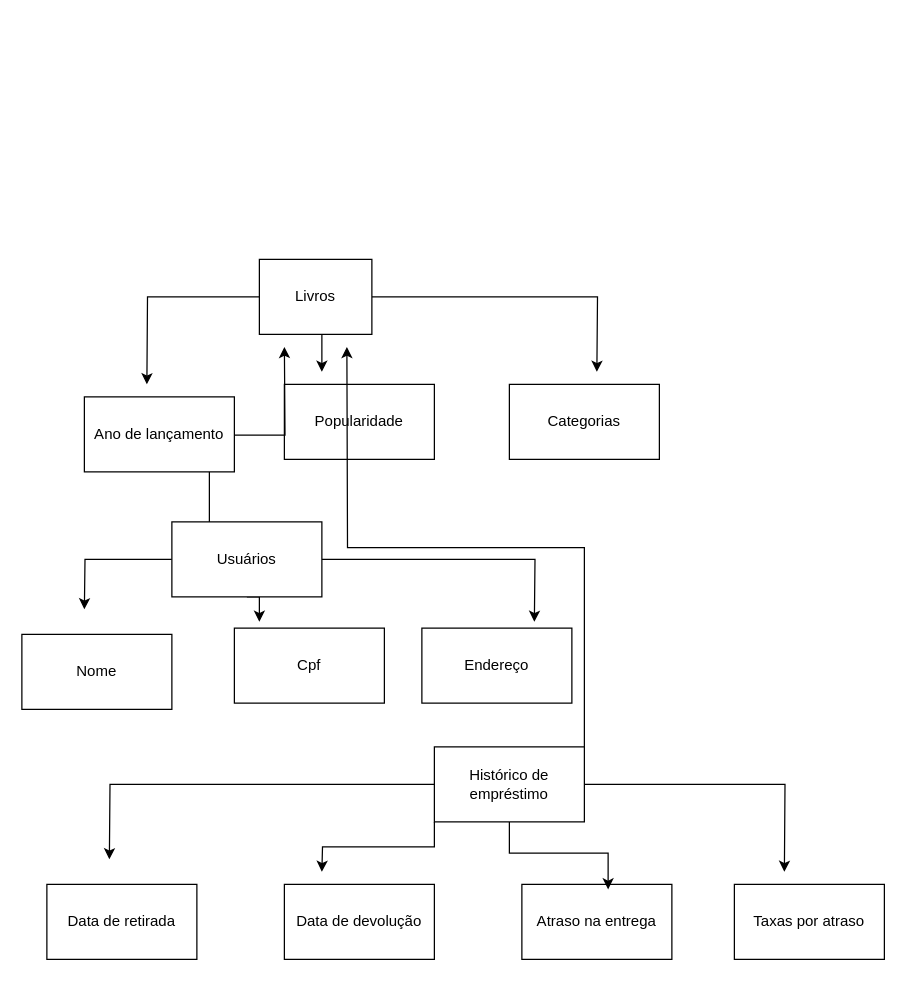
CaioPita/Banco-de-Dados keeps this draw.io diagram as Diagrama sem nome.drawio. Above is the earlier version. Source tidied: cells renumbered, new cells numbered last; positions are measured from the earlier drawing's top-left corner, leaving out a move shared by most shapes. Both pictures are drawn from the tidied source at 125%, with x=0, y=0 at pixel (21, 259).
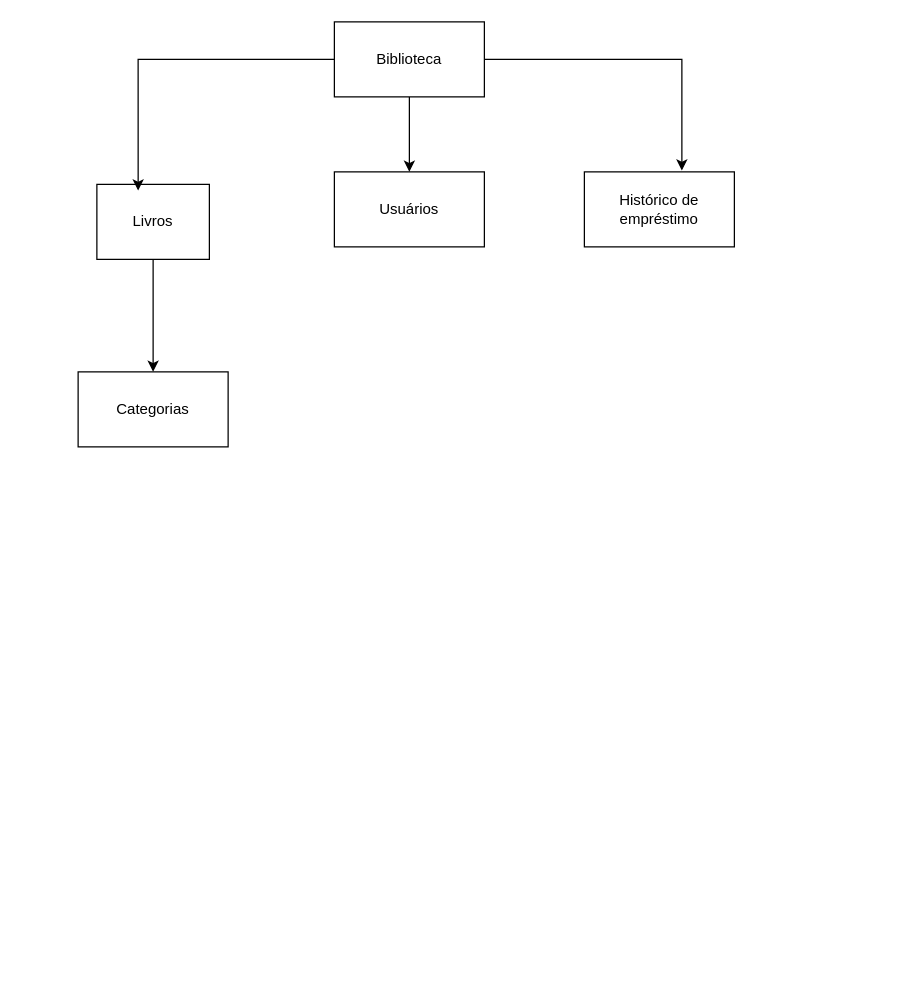
The same page after the edit.

The edit, as a diff of the source:
```diff
@@
     <mxCell id="2" value="Categorias" style="rounded=0;whiteSpace=wrap;html=1;" parent="1" vertex="1">
-      <mxGeometry x="390" y="100" width="120" height="60" as="geometry" />
+      <mxGeometry x="45" y="90" width="120" height="60" as="geometry" />
     </mxCell>
-    <mxCell id="3" style="edgeStyle=orthogonalEdgeStyle;rounded=0;jettySize=auto;html=1;" parent="1" edge="1" source="6">
-      <mxGeometry relative="1" as="geometry">
-        <mxPoint x="460" y="90" as="targetPoint" />
-      </mxGeometry>
-    </mxCell>
-    <mxCell id="4" style="edgeStyle=orthogonalEdgeStyle;rounded=0;jettySize=auto;html=1;exitX=0;exitY=0.5;exitDx=0;exitDy=0;" parent="1" edge="1" source="6">
-      <mxGeometry relative="1" as="geometry">
-        <mxPoint x="100" y="100" as="targetPoint" />
-      </mxGeometry>
-    </mxCell>
-    <mxCell id="5" style="edgeStyle=orthogonalEdgeStyle;rounded=0;jettySize=auto;html=1;exitX=0.5;exitY=1;exitDx=0;exitDy=0;" parent="1" edge="1" source="6">
-      <mxGeometry relative="1" as="geometry">
-        <mxPoint x="240" y="90" as="targetPoint" />
-      </mxGeometry>
-    </mxCell>
+    <mxCell id="27" style="edgeStyle=orthogonalEdgeStyle;rounded=0;jettySize=auto;html=1;exitX=0.5;exitY=1;exitDx=0;exitDy=0;entryX=0.5;entryY=0;entryDx=0;entryDy=0;" parent="1" edge="1" source="6" target="2">
+      <mxGeometry relative="1" as="geometry" />
+    </mxCell>
     <mxCell id="6" value="Livros" style="rounded=0;whiteSpace=wrap;html=1;" parent="1" vertex="1">
-      <mxGeometry x="190" width="90" height="60" as="geometry" />
+      <mxGeometry x="60" y="-60" width="90" height="60" as="geometry" />
     </mxCell>
-    <mxCell id="7" value="Cpf" style="rounded=0;whiteSpace=wrap;html=1;" parent="1" vertex="1">
-      <mxGeometry x="170" y="295" width="120" height="60" as="geometry" />
-    </mxCell>
-    <mxCell id="8" value="Nome" style="rounded=0;whiteSpace=wrap;html=1;" parent="1" vertex="1">
-      <mxGeometry y="300" width="120" height="60" as="geometry" />
-    </mxCell>
-    <mxCell id="9" value="Endereço" style="rounded=0;whiteSpace=wrap;html=1;" parent="1" vertex="1">
-      <mxGeometry x="320" y="295" width="120" height="60" as="geometry" />
-    </mxCell>
-    <mxCell id="10" value="Popularidade" style="rounded=0;whiteSpace=wrap;html=1;" parent="1" vertex="1">
-      <mxGeometry x="210" y="100" width="120" height="60" as="geometry" />
-    </mxCell>
-    <mxCell id="11" style="edgeStyle=orthogonalEdgeStyle;rounded=0;jettySize=auto;html=1;exitX=0.5;exitY=1;exitDx=0;exitDy=0;" parent="1" edge="1" source="15">
-      <mxGeometry relative="1" as="geometry">
-        <mxPoint x="190" y="290" as="targetPoint" />
-      </mxGeometry>
-    </mxCell>
-    <mxCell id="12" style="edgeStyle=orthogonalEdgeStyle;rounded=0;jettySize=auto;html=1;exitX=0;exitY=0.5;exitDx=0;exitDy=0;" parent="1" edge="1" source="15">
-      <mxGeometry relative="1" as="geometry">
-        <mxPoint x="50" y="280" as="targetPoint" />
-      </mxGeometry>
-    </mxCell>
-    <mxCell id="13" style="edgeStyle=orthogonalEdgeStyle;rounded=0;jettySize=auto;html=1;exitX=1;exitY=0.5;exitDx=0;exitDy=0;" parent="1" edge="1" source="15">
-      <mxGeometry relative="1" as="geometry">
-        <mxPoint x="410" y="290" as="targetPoint" />
-      </mxGeometry>
-    </mxCell>
-    <mxCell id="14" style="edgeStyle=orthogonalEdgeStyle;rounded=0;jettySize=auto;html=1;exitX=0.25;exitY=0;exitDx=0;exitDy=0;" parent="1" edge="1" source="15">
-      <mxGeometry relative="1" as="geometry">
-        <mxPoint x="210" y="70" as="targetPoint" />
-      </mxGeometry>
-    </mxCell>
     <mxCell id="15" value="Usuários" style="rounded=0;whiteSpace=wrap;html=1;" parent="1" vertex="1">
-      <mxGeometry x="120" y="210" width="120" height="60" as="geometry" />
+      <mxGeometry x="250" y="-70" width="120" height="60" as="geometry" />
     </mxCell>
-    <mxCell id="16" value="Ano de lançamento" style="rounded=0;whiteSpace=wrap;html=1;" parent="1" vertex="1">
-      <mxGeometry x="50" y="110" width="120" height="60" as="geometry" />
-    </mxCell>
-    <mxCell id="17" value="Taxas por atraso" style="rounded=0;whiteSpace=wrap;html=1;" parent="1" vertex="1">
-      <mxGeometry x="570" y="500" width="120" height="60" as="geometry" />
-    </mxCell>
-    <mxCell id="18" value="Atraso na entrega" style="rounded=0;whiteSpace=wrap;html=1;" parent="1" vertex="1">
-      <mxGeometry x="400" y="500" width="120" height="60" as="geometry" />
-    </mxCell>
-    <mxCell id="19" value="Data de devolução" style="rounded=0;whiteSpace=wrap;html=1;" parent="1" vertex="1">
-      <mxGeometry x="210" y="500" width="120" height="60" as="geometry" />
-    </mxCell>
-    <mxCell id="20" value="Data de retirada" style="rounded=0;whiteSpace=wrap;html=1;" parent="1" vertex="1">
-      <mxGeometry x="20" y="500" width="120" height="60" as="geometry" />
-    </mxCell>
-    <mxCell id="21" style="edgeStyle=orthogonalEdgeStyle;rounded=0;jettySize=auto;html=1;exitX=0;exitY=0.5;exitDx=0;exitDy=0;" parent="1" edge="1" source="25">
-      <mxGeometry relative="1" as="geometry">
-        <mxPoint x="70" y="480" as="targetPoint" />
-      </mxGeometry>
-    </mxCell>
-    <mxCell id="22" style="edgeStyle=orthogonalEdgeStyle;rounded=0;jettySize=auto;html=1;exitX=0;exitY=1;exitDx=0;exitDy=0;" parent="1" edge="1" source="25">
-      <mxGeometry relative="1" as="geometry">
-        <mxPoint x="240" y="490" as="targetPoint" />
-      </mxGeometry>
-    </mxCell>
-    <mxCell id="23" style="edgeStyle=orthogonalEdgeStyle;rounded=0;jettySize=auto;html=1;exitX=1;exitY=0.5;exitDx=0;exitDy=0;" parent="1" edge="1" source="25">
-      <mxGeometry relative="1" as="geometry">
-        <mxPoint x="610" y="490" as="targetPoint" />
-      </mxGeometry>
-    </mxCell>
-    <mxCell id="24" style="edgeStyle=orthogonalEdgeStyle;rounded=0;jettySize=auto;html=1;exitX=1;exitY=0;exitDx=0;exitDy=0;" parent="1" edge="1" source="25">
-      <mxGeometry relative="1" as="geometry">
-        <mxPoint x="260" y="70" as="targetPoint" />
-      </mxGeometry>
-    </mxCell>
     <mxCell id="25" value="Histórico de empréstimo" style="rounded=0;whiteSpace=wrap;html=1;" parent="1" vertex="1">
-      <mxGeometry x="330" y="390" width="120" height="60" as="geometry" />
+      <mxGeometry x="450" y="-70" width="120" height="60" as="geometry" />
     </mxCell>
-    <mxCell id="26" style="edgeStyle=orthogonalEdgeStyle;rounded=0;jettySize=auto;html=1;exitX=0.5;exitY=1;exitDx=0;exitDy=0;entryX=0.575;entryY=0.067;entryDx=0;entryDy=0;entryPerimeter=0;" parent="1" edge="1" source="25" target="18">
-      <mxGeometry relative="1" as="geometry" />
-    </mxCell>
+    <mxCell id="28" style="edgeStyle=orthogonalEdgeStyle;rounded=0;jettySize=auto;html=1;exitX=0.5;exitY=1;exitDx=0;exitDy=0;entryX=0.5;entryY=0;entryDx=0;entryDy=0;" parent="1" edge="1" source="29" target="15">
+      <mxGeometry relative="1" as="geometry" />
+    </mxCell>
+    <mxCell id="29" value="Biblioteca" style="rounded=0;whiteSpace=wrap;html=1;" parent="1" vertex="1">
+      <mxGeometry x="250" y="-190" width="120" height="60" as="geometry" />
+    </mxCell>
+    <mxCell id="30" style="edgeStyle=orthogonalEdgeStyle;rounded=0;jettySize=auto;html=1;exitX=0;exitY=0.5;exitDx=0;exitDy=0;entryX=0.367;entryY=0.083;entryDx=0;entryDy=0;entryPerimeter=0;" parent="1" edge="1" source="29" target="6">
+      <mxGeometry relative="1" as="geometry" />
+    </mxCell>
+    <mxCell id="31" style="edgeStyle=orthogonalEdgeStyle;rounded=0;jettySize=auto;html=1;exitX=1;exitY=0.5;exitDx=0;exitDy=0;entryX=0.65;entryY=-0.017;entryDx=0;entryDy=0;entryPerimeter=0;" parent="1" edge="1" source="29" target="25">
+      <mxGeometry relative="1" as="geometry" />
+    </mxCell>
```
